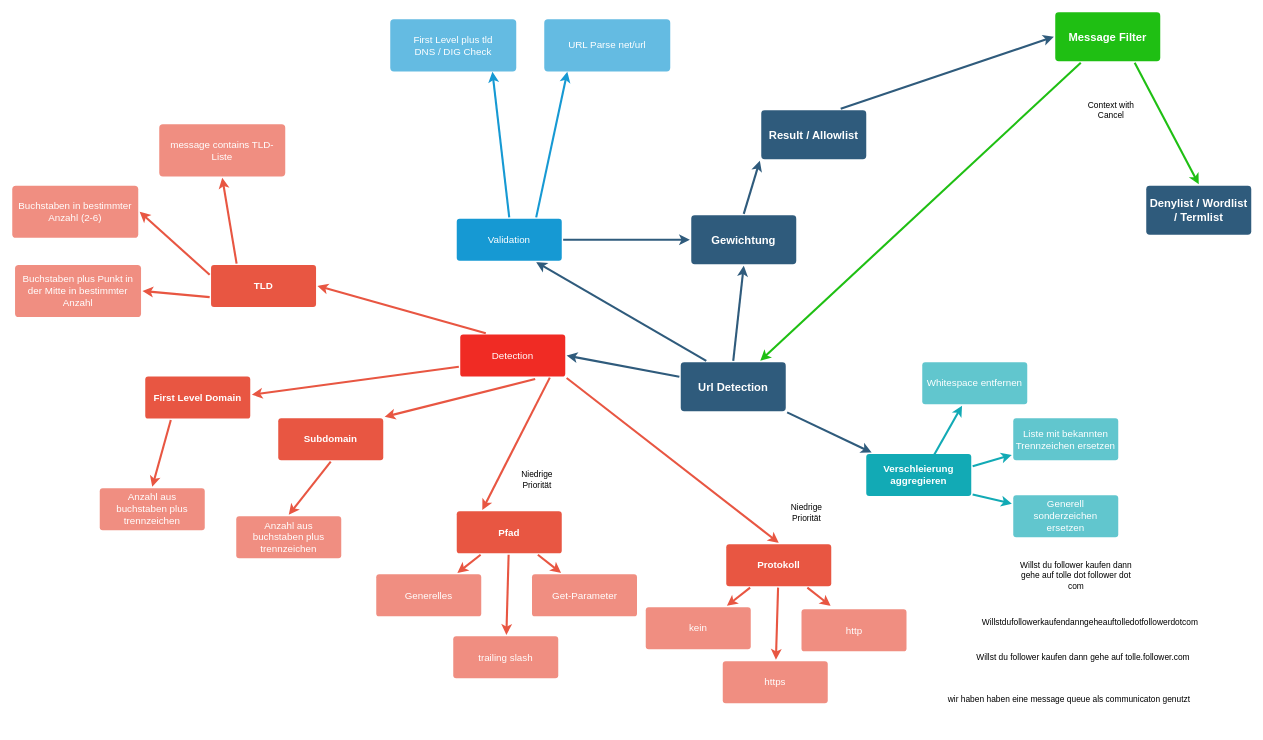
The draw.io diagram documentation/mindmap.drawio in ThomasBoom89/bot-message-url-detection, before the edit. Source tidied: cells renumbered, new cells numbered last; positions are measured from the earlier drawing's top-left corner, leaving out a move shared by most shapes. Both pictures are drawn from the tidied source at 70%, with x=0, y=0 at pixel (12, 12).
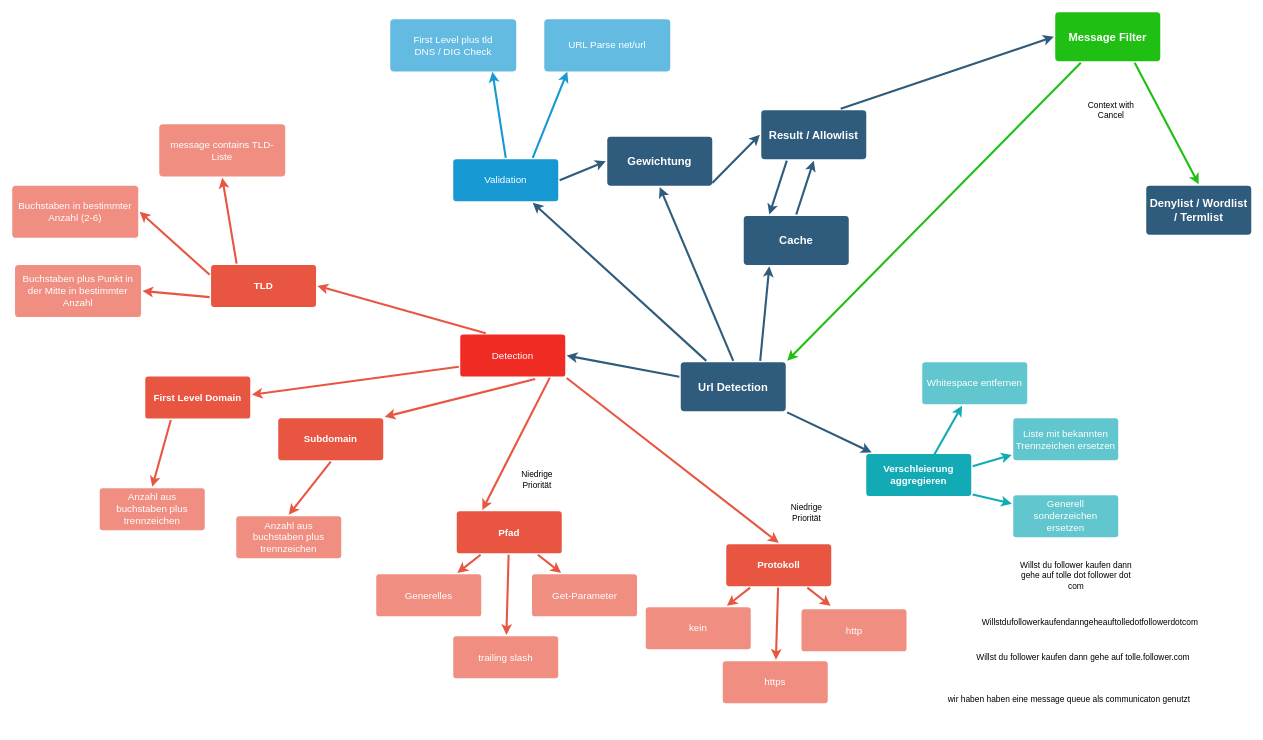
After the change.

Commit message:
Add cache to mind map

Unchanged cells that the change refers to:
```xml
<mxCell id="4" value="Url Detection" style="rounded=1;whiteSpace=wrap;html=1;shadow=0;labelBackgroundColor=none;strokeColor=none;strokeWidth=3;fillColor=#2F5B7C;fontFamily=Helvetica;fontSize=16;fontColor=#FFFFFF;align=center;fontStyle=1;spacing=5;arcSize=7;perimeterSpacing=2;" parent="1" vertex="1">
  <mxGeometry x="955" y="500" width="150" height="70" as="geometry" />
</mxCell>
<mxCell id="51" value="Message Filter" style="rounded=1;whiteSpace=wrap;html=1;shadow=0;labelBackgroundColor=none;strokeColor=none;strokeWidth=3;fillColor=#1FBF13;fontFamily=Helvetica;fontSize=16;fontColor=#FFFFFF;align=center;fontStyle=1;spacing=5;arcSize=7;perimeterSpacing=2;" parent="1" vertex="1">
  <mxGeometry x="1490" width="150" height="70" as="geometry" />
</mxCell>
<mxCell id="54" value="Result / Allowlist" style="rounded=1;whiteSpace=wrap;html=1;shadow=0;labelBackgroundColor=none;strokeColor=none;strokeWidth=3;fillColor=#2F5B7C;fontFamily=Helvetica;fontSize=16;fontColor=#FFFFFF;align=center;fontStyle=1;spacing=5;arcSize=7;perimeterSpacing=2;" parent="1" vertex="1">
  <mxGeometry x="1070" y="140" width="150" height="70" as="geometry" />
</mxCell>
```

Diff of the diagram source:
```diff
@@
     <mxCell id="6" value="Validation" style="rounded=1;whiteSpace=wrap;html=1;shadow=0;labelBackgroundColor=none;strokeColor=none;strokeWidth=3;fillColor=#1699D3;fontFamily=Helvetica;fontSize=14;fontColor=#FFFFFF;align=center;spacing=5;fontStyle=0;arcSize=7;perimeterSpacing=2;" parent="1" vertex="1">
-      <mxGeometry x="635" y="295" width="150" height="60" as="geometry" />
+      <mxGeometry x="630" y="210" width="150" height="60" as="geometry" />
     </mxCell>
@@
-    <mxCell id="53" style="edgeStyle=none;rounded=0;jumpStyle=none;html=1;shadow=0;labelBackgroundColor=none;startArrow=none;startFill=0;endArrow=classic;endFill=1;jettySize=auto;strokeColor=#1FBF13;strokeWidth=3;fontFamily=Helvetica;fontSize=16;fontColor=#23445D;spacing=5;exitX=0.25;exitY=1;exitDx=0;exitDy=0;entryX=0.75;entryY=0;entryDx=0;entryDy=0;" parent="1" edge="1" source="51" target="4">
+    <mxCell id="53" style="edgeStyle=none;rounded=0;jumpStyle=none;html=1;shadow=0;labelBackgroundColor=none;startArrow=none;startFill=0;endArrow=classic;endFill=1;jettySize=auto;strokeColor=#1FBF13;strokeWidth=3;fontFamily=Helvetica;fontSize=16;fontColor=#23445D;spacing=5;exitX=0.25;exitY=1;exitDx=0;exitDy=0;entryX=1;entryY=0;entryDx=0;entryDy=0;" parent="1" edge="1" source="51" target="4">
       <mxGeometry relative="1" as="geometry" />
     </mxCell>
@@
     <mxCell id="55" value="Gewichtung" style="rounded=1;whiteSpace=wrap;html=1;shadow=0;labelBackgroundColor=none;strokeColor=none;strokeWidth=3;fillColor=#2F5B7C;fontFamily=Helvetica;fontSize=16;fontColor=#FFFFFF;align=center;fontStyle=1;spacing=5;arcSize=7;perimeterSpacing=2;" parent="1" vertex="1">
-      <mxGeometry x="970" y="290" width="150" height="70" as="geometry" />
+      <mxGeometry x="850" y="177.8" width="150" height="70" as="geometry" />
     </mxCell>
@@
-    <mxCell id="57" style="edgeStyle=none;rounded=0;jumpStyle=none;html=1;shadow=0;labelBackgroundColor=none;startArrow=none;startFill=0;endArrow=classic;endFill=1;jettySize=auto;strokeColor=#2F5B7C;strokeWidth=3;fontFamily=Helvetica;fontSize=16;fontColor=#23445D;spacing=5;exitX=0.5;exitY=0;exitDx=0;exitDy=0;entryX=0;entryY=1;entryDx=0;entryDy=0;" parent="1" edge="1" source="55" target="54">
+    <mxCell id="57" style="edgeStyle=none;rounded=0;jumpStyle=none;html=1;shadow=0;labelBackgroundColor=none;startArrow=none;startFill=0;endArrow=classic;endFill=1;jettySize=auto;strokeColor=#2F5B7C;strokeWidth=3;fontFamily=Helvetica;fontSize=16;fontColor=#23445D;spacing=5;entryX=0;entryY=0.5;entryDx=0;entryDy=0;exitX=0.987;exitY=0.922;exitDx=0;exitDy=0;exitPerimeter=0;" parent="1" edge="1" source="55" target="54">
       <mxGeometry relative="1" as="geometry" />
     </mxCell>
@@
+    <mxCell id="68" style="edgeStyle=none;rounded=0;jumpStyle=none;html=1;shadow=0;labelBackgroundColor=none;startArrow=none;startFill=0;endArrow=classic;endFill=1;jettySize=auto;strokeColor=#2F5B7C;strokeWidth=3;fontFamily=Helvetica;fontSize=16;fontColor=#23445D;spacing=5;exitX=0.75;exitY=0;exitDx=0;exitDy=0;entryX=0.25;entryY=1;entryDx=0;entryDy=0;" parent="1" edge="1" source="4" target="69">
+      <mxGeometry relative="1" as="geometry" />
+    </mxCell>
+    <mxCell id="69" value="Cache" style="rounded=1;whiteSpace=wrap;html=1;shadow=0;labelBackgroundColor=none;strokeColor=none;strokeWidth=3;fillColor=#2F5B7C;fontFamily=Helvetica;fontSize=16;fontColor=#FFFFFF;align=center;fontStyle=1;spacing=5;arcSize=7;perimeterSpacing=2;" parent="1" vertex="1">
+      <mxGeometry x="1045" y="291" width="150" height="70" as="geometry" />
+    </mxCell>
+    <mxCell id="70" style="edgeStyle=none;rounded=0;jumpStyle=none;html=1;shadow=0;labelBackgroundColor=none;startArrow=none;startFill=0;endArrow=classic;endFill=1;jettySize=auto;strokeColor=#2F5B7C;strokeWidth=3;fontFamily=Helvetica;fontSize=16;fontColor=#23445D;spacing=5;exitX=0.5;exitY=0;exitDx=0;exitDy=0;entryX=0.5;entryY=1;entryDx=0;entryDy=0;" parent="1" edge="1" source="69" target="54">
+      <mxGeometry relative="1" as="geometry" />
+    </mxCell>
+    <mxCell id="71" style="edgeStyle=none;rounded=0;jumpStyle=none;html=1;shadow=0;labelBackgroundColor=none;startArrow=none;startFill=0;endArrow=classic;endFill=1;jettySize=auto;strokeColor=#2F5B7C;strokeWidth=3;fontFamily=Helvetica;fontSize=16;fontColor=#23445D;spacing=5;exitX=0.25;exitY=1;exitDx=0;exitDy=0;entryX=0.25;entryY=0;entryDx=0;entryDy=0;" parent="1" edge="1" source="54" target="69">
+      <mxGeometry relative="1" as="geometry" />
+    </mxCell>
```
